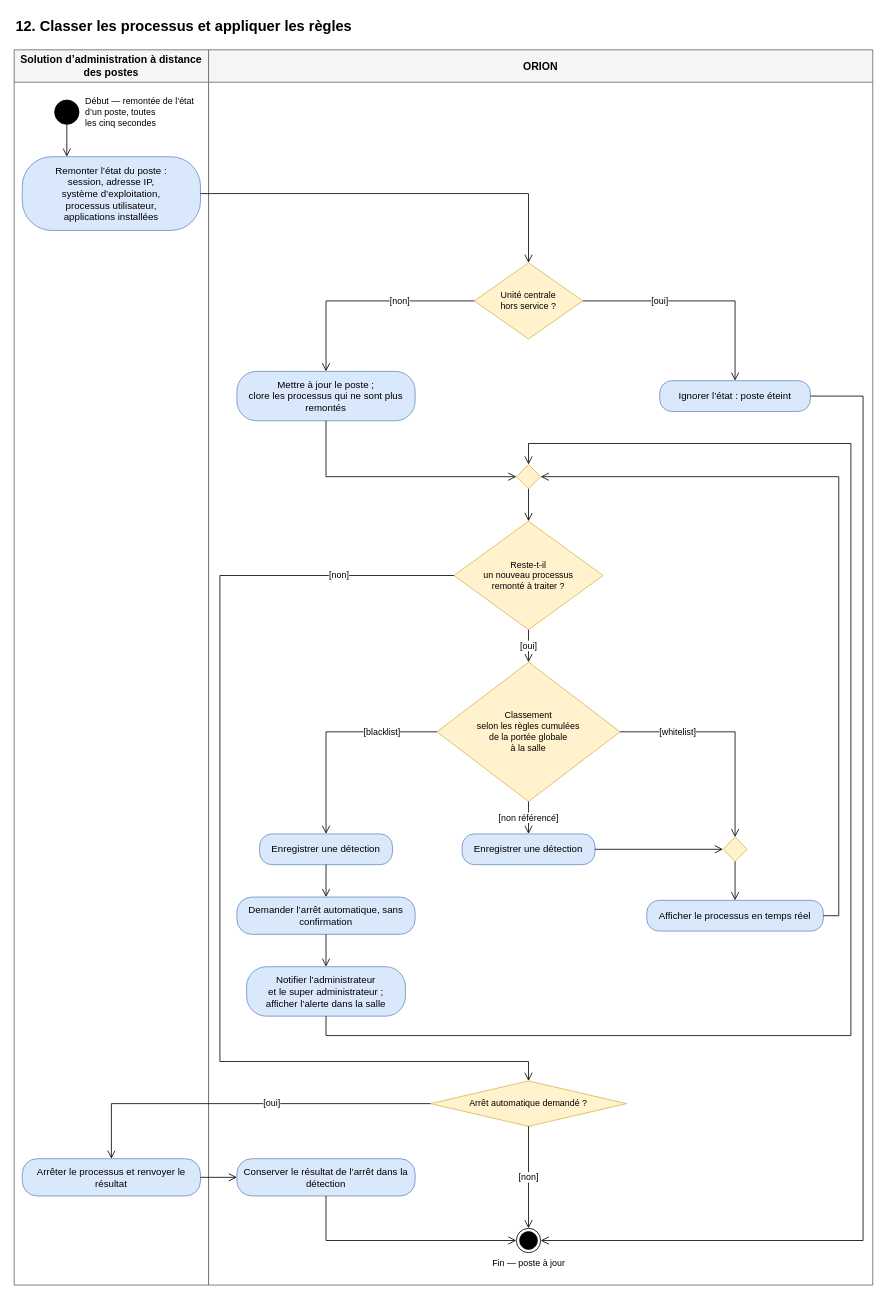
Above: page "Classer les processus et appliquer les règles" (12 of 19) of docs/02-ANALYSE/02-CAPTURE-DES-BESOINS/08-DIAGRAMMES-ACTIVITE-CAS-UTILISATION.drawio in bpierrelouis/aster (draw.io), before the change. Source tidied: cells renumbered, new cells numbered last; positions are measured from the earlier drawing's top-left corner, leaving out a move shared by most shapes. Both pictures are drawn from the tidied source at 81%, with x=0, y=0 at pixel (14, 14).
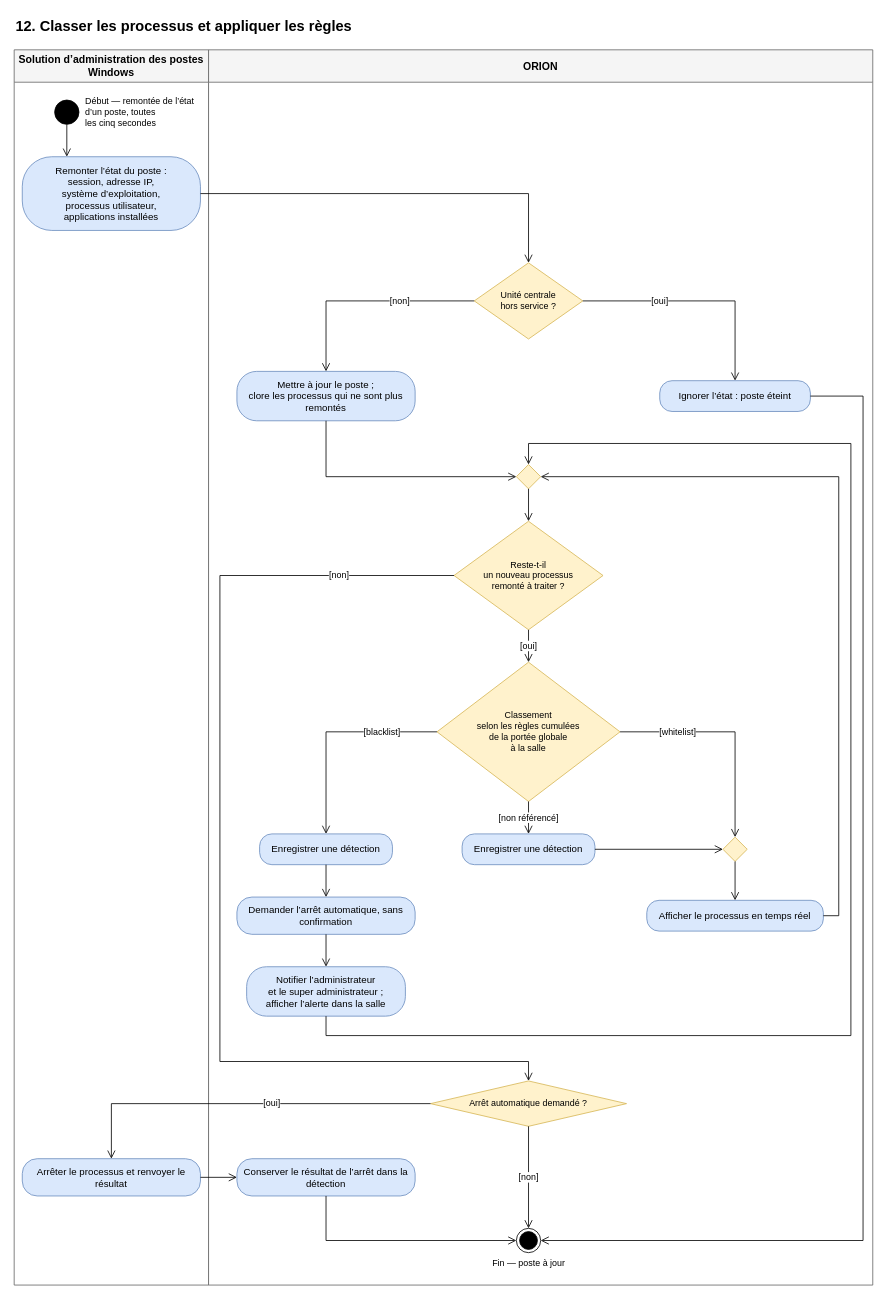
Above is the later version.

What changed in the source:
```diff
@@
-    <mxCell id="3" value="Solution d’administration à distance des postes" style="swimlane;html=1;startSize=40;fontSize=13;fontStyle=1;fillColor=#f5f5f5;strokeColor=#666666;swimlaneFillColor=#ffffff;whiteSpace=wrap;" parent="1" vertex="1">
+    <mxCell id="3" value="Solution d’administration des postes Windows" style="swimlane;html=1;startSize=40;fontSize=13;fontStyle=1;fillColor=#f5f5f5;strokeColor=#666666;swimlaneFillColor=#ffffff;whiteSpace=wrap;" parent="1" vertex="1">
       <mxGeometry y="44" width="240" height="1525" as="geometry" />
     </mxCell>
```
